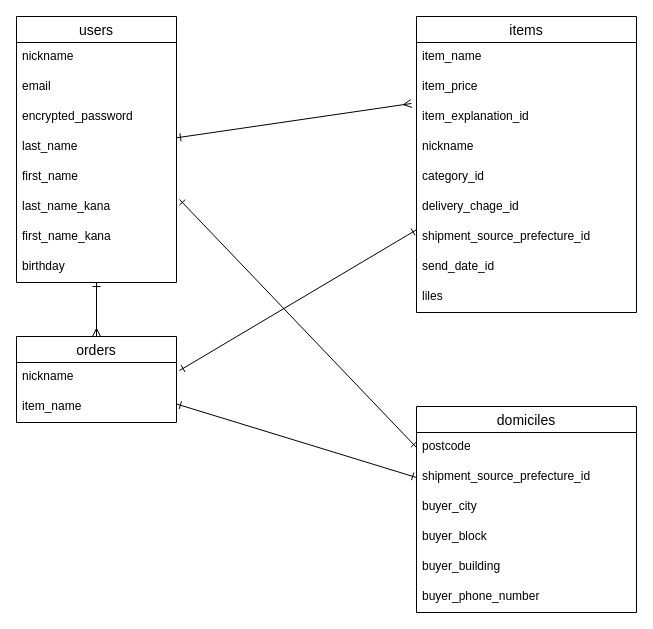
Yukkiyss/furima-38005 keeps this draw.io diagram as furima.dio. Above is the earlier version. Source tidied: cells renumbered, new cells numbered last; positions are measured from the earlier drawing's top-left corner, leaving out a move shared by most shapes. Both pictures are drawn from the tidied source at 100%, with x=0, y=0 at pixel (16, 16).
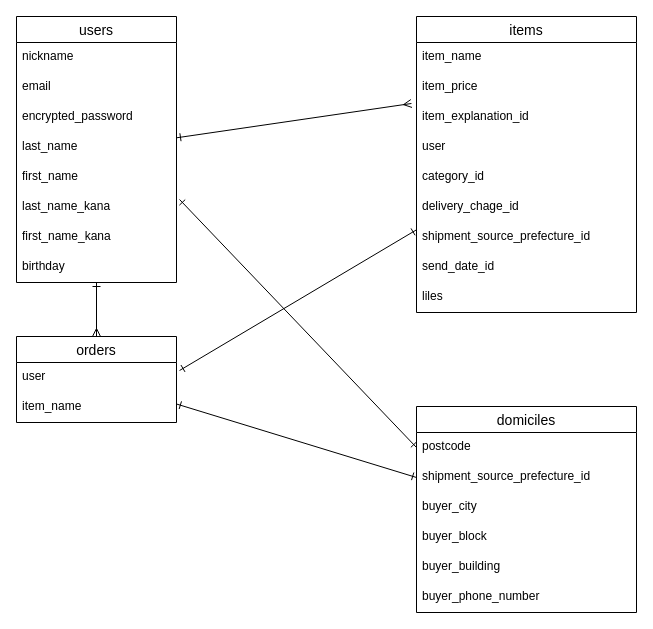
Above is the later version.

Commit message (it also covers changes not shown here):
外部キー修正

The change refers to these unchanged cells:
```xml
<mxCell id="14" value="items" style="swimlane;fontStyle=0;horizontal=1;startSize=26;align=center;fontSize=14;" parent="1" vertex="1">
  <mxGeometry x="400" width="220" height="296" as="geometry" />
</mxCell>
<mxCell id="25" value="orders" style="swimlane;fontStyle=0;horizontal=1;startSize=26;align=center;fontSize=14;" parent="1" vertex="1">
  <mxGeometry y="320" width="160" height="86" as="geometry" />
</mxCell>
```

Change to the diagram source:
```diff
@@
-    <mxCell id="18" value="nickname" style="text;strokeColor=none;fillColor=none;spacingLeft=4;spacingRight=4;overflow=hidden;fontSize=12;" parent="14" vertex="1">
+    <mxCell id="18" value="user" style="text;strokeColor=none;fillColor=none;spacingLeft=4;spacingRight=4;overflow=hidden;fontSize=12;" parent="14" vertex="1">
       <mxGeometry y="116" width="220" height="30" as="geometry" />
     </mxCell>
@@
-    <mxCell id="26" value="nickname" style="text;strokeColor=none;fillColor=none;spacingLeft=4;spacingRight=4;overflow=hidden;points=[[0,0.5],[1,0.5]];portConstraint=eastwest;fontSize=12;" parent="25" vertex="1">
+    <mxCell id="26" value="user" style="text;strokeColor=none;fillColor=none;spacingLeft=4;spacingRight=4;overflow=hidden;points=[[0,0.5],[1,0.5]];portConstraint=eastwest;fontSize=12;" parent="25" vertex="1">
       <mxGeometry y="26" width="160" height="30" as="geometry" />
     </mxCell>
```
